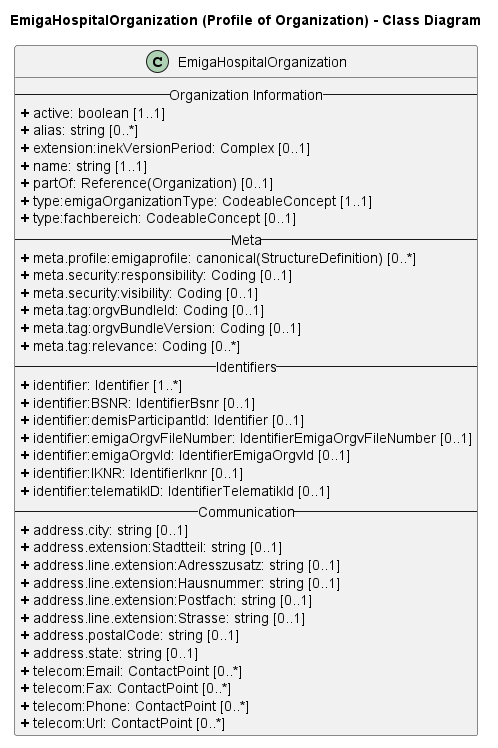
Above: rki.emiga.vzd/guides/implementationguides.vzd/PlantUML/PNGs/HospitalOrganization.png in robert-koch-institut/rki.emiga.vzd (PlantUML), before the change. Its diagram source:
```plantuml
@startuml
skinparam linetype ortho

title EmigaHospitalOrganization (Profile of Organization) - Class Diagram

class EmigaHospitalOrganization{
-- Organization Information --
<b>+</b> active: boolean [1..1]
<b>+</b> alias: string [0..*]
<b>+</b> extension:inekVersionPeriod: Complex [0..1]
<b>+</b> name: string [1..1]
<b>+</b> partOf: Reference(Organization) [0..1]
<b>+</b> type:emigaOrganizationType: CodeableConcept [1..1]
<b>+</b> type:fachbereich: CodeableConcept [0..1]
-- Meta --
<b>+</b> meta.profile:emigaprofile: canonical(StructureDefinition) [0..*]
<b>+</b> meta.security:responsibility: Coding [0..1]
<b>+</b> meta.security:visibility: Coding [0..1]
<b>+</b> meta.tag:orgvBundleId: Coding [0..1]
<b>+</b> meta.tag:orgvBundleVersion: Coding [0..1]
<b>+</b> meta.tag:relevance: Coding [0..*]
-- Identifiers --
<b>+</b> identifier: Identifier [1..*]
<b>+</b> identifier:BSNR: IdentifierBsnr [0..1]
<b>+</b> identifier:demisParticipantId: Identifier [0..1]
<b>+</b> identifier:emigaOrgvFileNumber: IdentifierEmigaOrgvFileNumber [0..1]
<b>+</b> identifier:emigaOrgvId: IdentifierEmigaOrgvId [0..1]
<b>+</b> identifier:IKNR: IdentifierIknr [0..1]
<b>+</b> identifier:telematikID: IdentifierTelematikId [0..1]
-- Communication --
<b>+</b> address.city: string [0..1]
<b>+</b> address.extension:Stadtteil: string [0..1]
<b>+</b> address.line.extension:Adresszusatz: string [0..1]
<b>+</b> address.line.extension:Hausnummer: string [0..1]
<b>+</b> address.line.extension:Postfach: string [0..1]
<b>+</b> address.line.extension:Strasse: string [0..1]
<b>+</b> address.postalCode: string [0..1]
<b>+</b> address.state: string [0..1]
<b>+</b> telecom:Email: ContactPoint [0..*]
<b>+</b> telecom:Fax: ContactPoint [0..*]
<b>+</b> telecom:Phone: ContactPoint [0..*]
<b>+</b> telecom:Url: ContactPoint [0..*]
}
@enduml
```
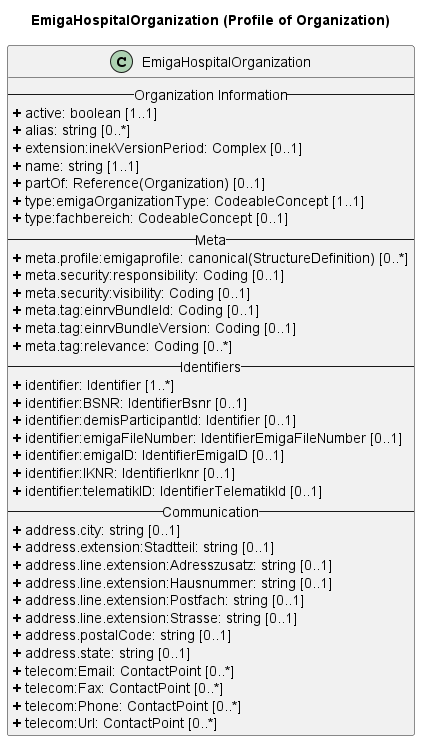
Above is the later version.

What changed in the source:
```diff
@@ -1,7 +1,7 @@
 @startuml
 skinparam linetype ortho
 
-title EmigaHospitalOrganization (Profile of Organization) - Class Diagram
+title EmigaHospitalOrganization (Profile of Organization)
 
 class EmigaHospitalOrganization{
 -- Organization Information --
@@ -16,15 +16,15 @@
 <b>+</b> meta.profile:emigaprofile: canonical(StructureDefinition) [0..*]
 <b>+</b> meta.security:responsibility: Coding [0..1]
 <b>+</b> meta.security:visibility: Coding [0..1]
-<b>+</b> meta.tag:orgvBundleId: Coding [0..1]
-<b>+</b> meta.tag:orgvBundleVersion: Coding [0..1]
+<b>+</b> meta.tag:einrvBundleId: Coding [0..1]
+<b>+</b> meta.tag:einrvBundleVersion: Coding [0..1]
 <b>+</b> meta.tag:relevance: Coding [0..*]
 -- Identifiers --
 <b>+</b> identifier: Identifier [1..*]
 <b>+</b> identifier:BSNR: IdentifierBsnr [0..1]
 <b>+</b> identifier:demisParticipantId: Identifier [0..1]
-<b>+</b> identifier:emigaOrgvFileNumber: IdentifierEmigaOrgvFileNumber [0..1]
-<b>+</b> identifier:emigaOrgvId: IdentifierEmigaOrgvId [0..1]
+<b>+</b> identifier:emigaFileNumber: IdentifierEmigaFileNumber [0..1]
+<b>+</b> identifier:emigaID: IdentifierEmigaID [0..1]
 <b>+</b> identifier:IKNR: IdentifierIknr [0..1]
 <b>+</b> identifier:telematikID: IdentifierTelematikId [0..1]
 -- Communication --
@@ -41,4 +41,5 @@
 <b>+</b> telecom:Phone: ContactPoint [0..*]
 <b>+</b> telecom:Url: ContactPoint [0..*]
 }
+
 @enduml
```
